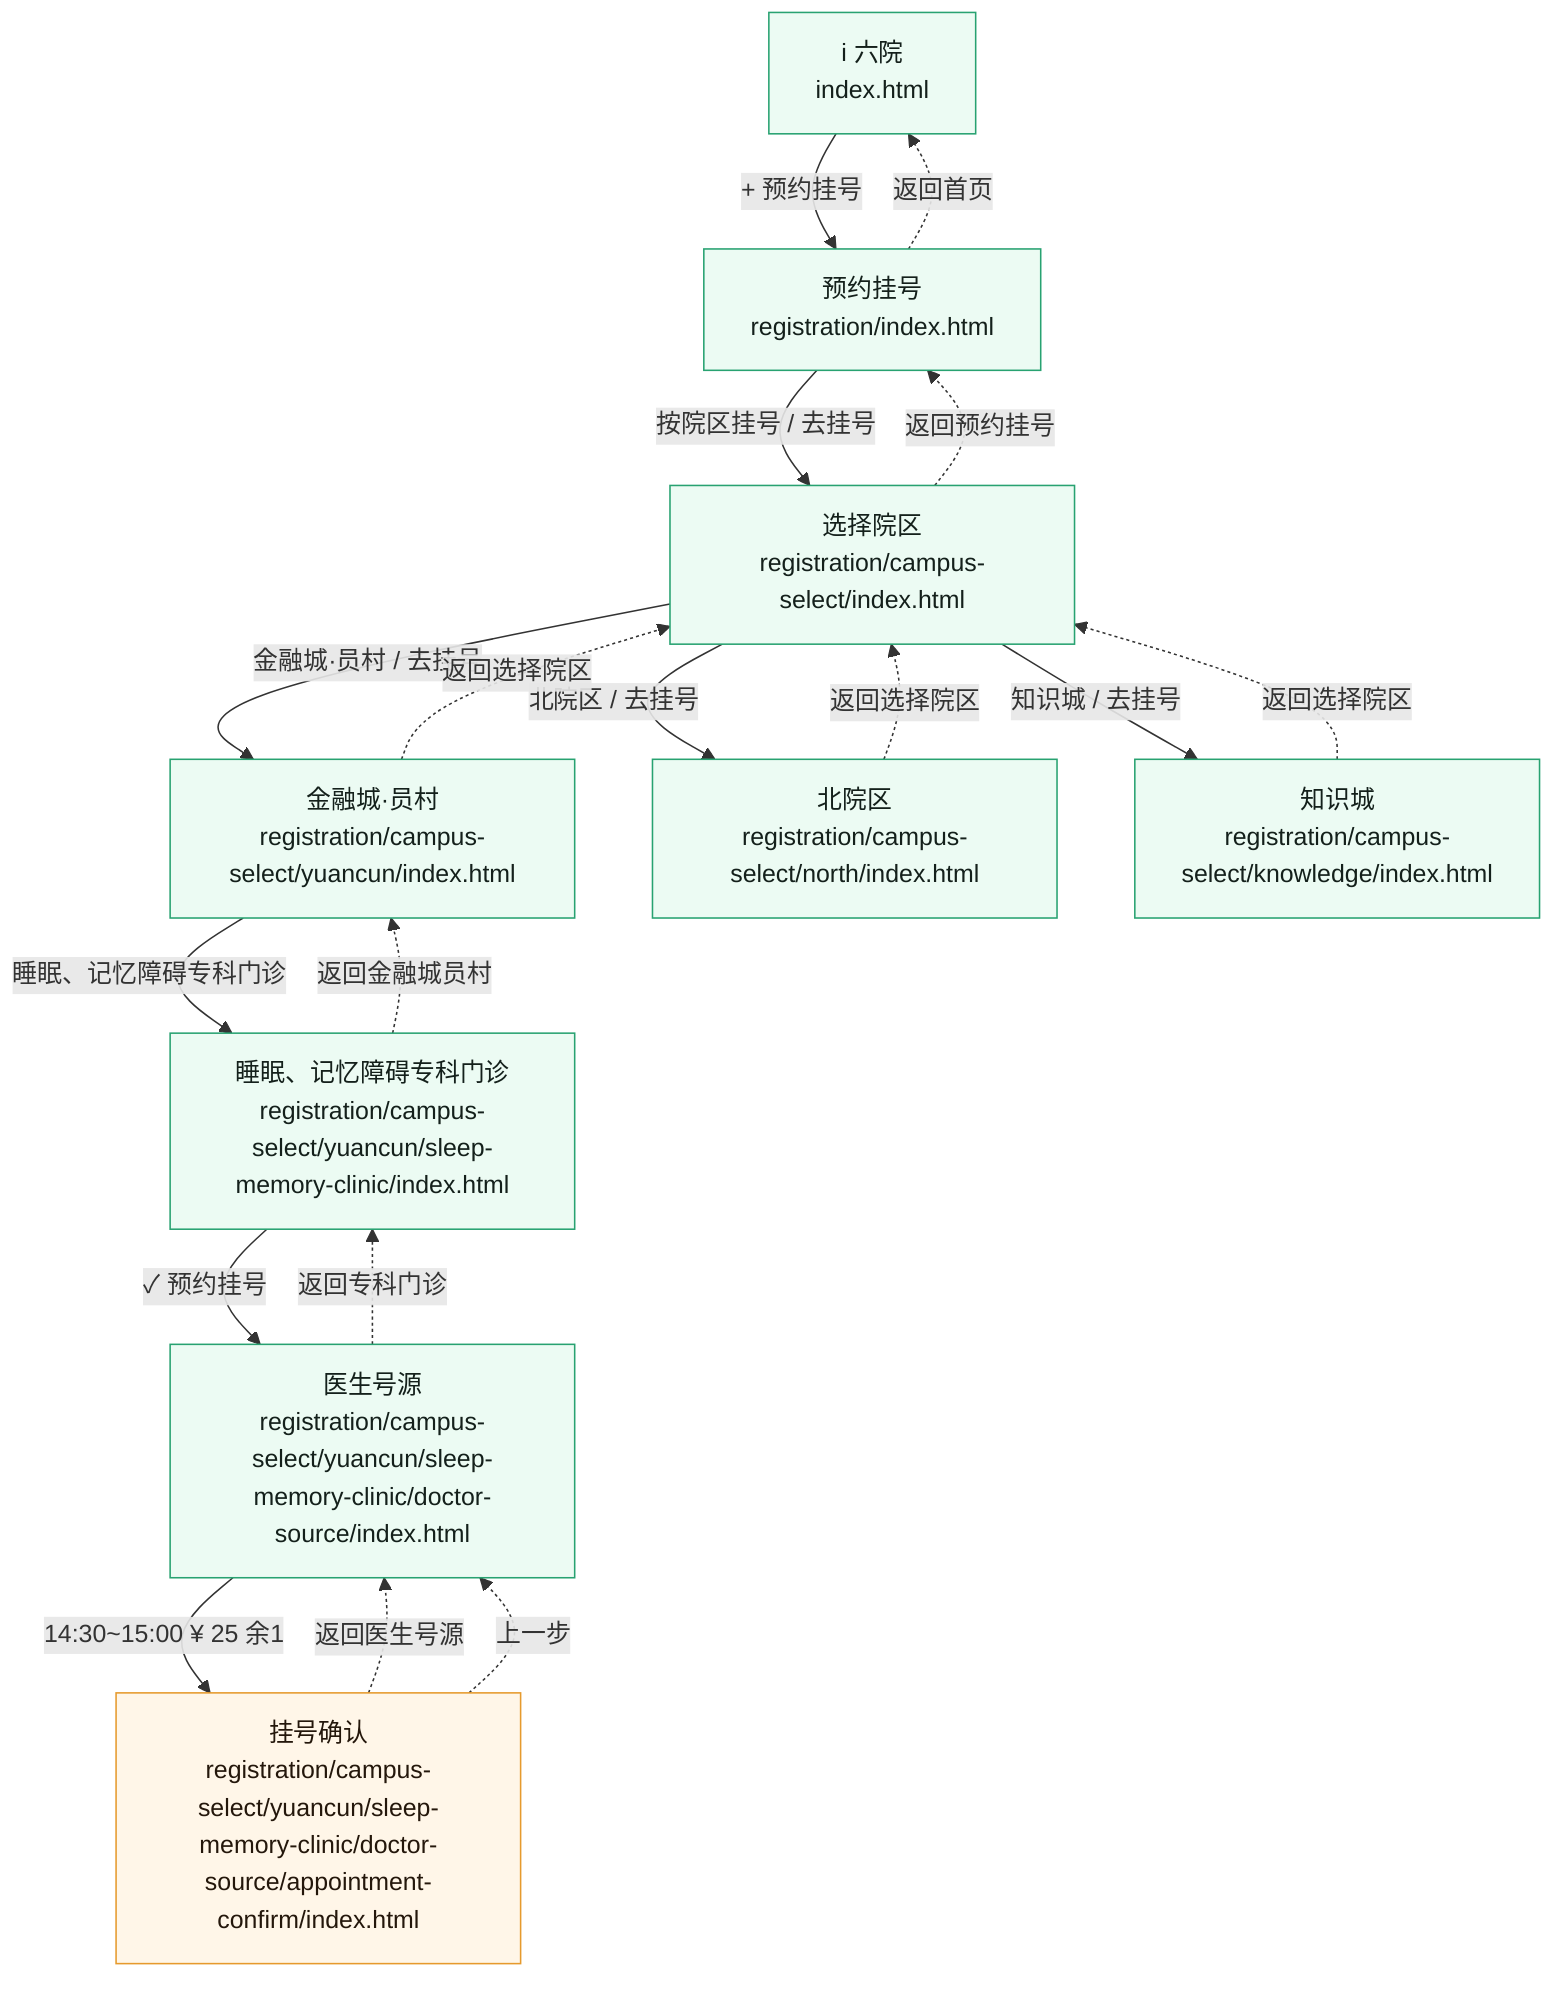
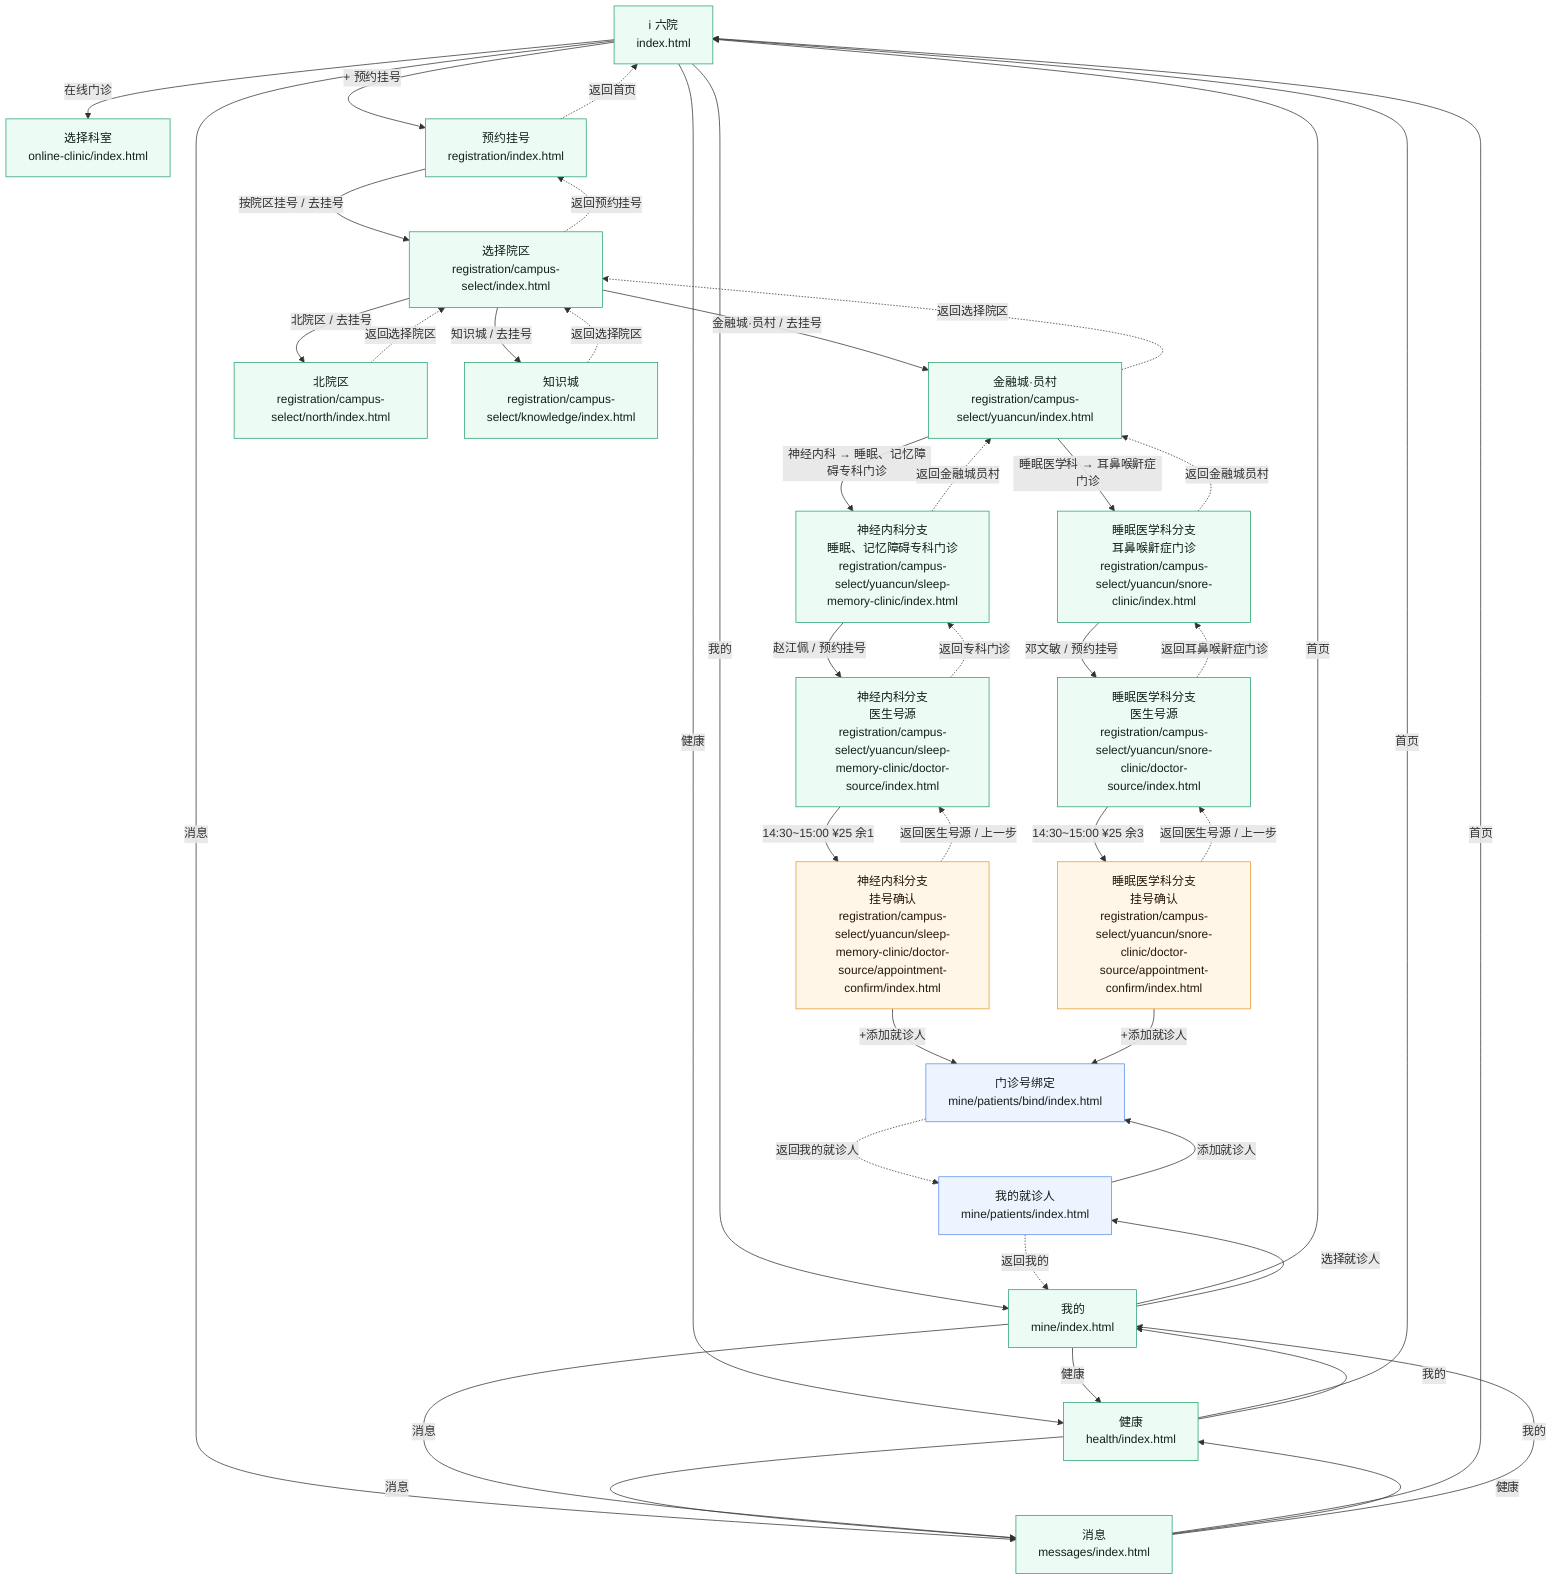
flowchart TD
  home["i 六院<br/>index.html"]
+   health["健康<br/>health/index.html"]
+   messages["消息<br/>messages/index.html"]
+   mine["我的<br/>mine/index.html"]
+   patient_list["我的就诊人<br/>mine/patients/index.html"]
+   patient_bind["门诊号绑定<br/>mine/patients/bind/index.html"]
+   online_clinic["选择科室<br/>online-clinic/index.html"]
  registration["预约挂号<br/>registration/index.html"]
  campus_select["选择院区<br/>registration/campus-select/index.html"]
  campus_yuancun["金融城·员村<br/>registration/campus-select/yuancun/index.html"]
-   sleep_memory_clinic["睡眠、记忆障碍专科门诊<br/>registration/campus-select/yuancun/sleep-memory-clinic/index.html"]
-   doctor_source["医生号源<br/>registration/campus-select/yuancun/sleep-memory-clinic/doctor-source/index.html"]
-   appointment_confirm["挂号确认<br/>registration/campus-select/yuancun/sleep-memory-clinic/doctor-source/appointment-confirm/index.html"]
+   sleep_memory_clinic["神经内科分支<br/>睡眠、记忆障碍专科门诊<br/>registration/campus-select/yuancun/sleep-memory-clinic/index.html"]
+   doctor_source["神经内科分支<br/>医生号源<br/>registration/campus-select/yuancun/sleep-memory-clinic/doctor-source/index.html"]
+   appointment_confirm["神经内科分支<br/>挂号确认<br/>registration/campus-select/yuancun/sleep-memory-clinic/doctor-source/appointment-confirm/index.html"]
+   snore_clinic["睡眠医学科分支<br/>耳鼻喉鼾症门诊<br/>registration/campus-select/yuancun/snore-clinic/index.html"]
+   snore_doctor_source["睡眠医学科分支<br/>医生号源<br/>registration/campus-select/yuancun/snore-clinic/doctor-source/index.html"]
+   snore_appointment_confirm["睡眠医学科分支<br/>挂号确认<br/>registration/campus-select/yuancun/snore-clinic/doctor-source/appointment-confirm/index.html"]
  campus_north["北院区<br/>registration/campus-select/north/index.html"]
  campus_knowledge["知识城<br/>registration/campus-select/knowledge/index.html"]
+ 
  home -->|"+ 预约挂号"| registration
+   home -->|"在线门诊"| online_clinic
+   home -->|"健康"| health
+   home -->|"消息"| messages
+   home -->|"我的"| mine
+ 
+   health -->|"首页"| home
+   health -->|"消息"| messages
+   health -->|"我的"| mine
+ 
+   messages -->|"首页"| home
+   messages -->|"健康"| health
+   messages -->|"我的"| mine
+ 
+   mine -->|"首页"| home
+   mine -->|"健康"| health
+   mine -->|"消息"| messages
+   mine -->|"选择就诊人"| patient_list
+   patient_list -.->|"返回我的"| mine
+   patient_list -->|"添加就诊人"| patient_bind
+   patient_bind -.->|"返回我的就诊人"| patient_list
+ 
  registration -.->|"返回首页"| home
  registration -->|"按院区挂号 / 去挂号"| campus_select
  campus_select -.->|"返回预约挂号"| registration
  campus_select -->|"金融城·员村 / 去挂号"| campus_yuancun
  campus_select -->|"北院区 / 去挂号"| campus_north
  campus_select -->|"知识城 / 去挂号"| campus_knowledge
  campus_yuancun -.->|"返回选择院区"| campus_select
-   campus_yuancun -->|"睡眠、记忆障碍专科门诊"| sleep_memory_clinic
+ 
+   campus_yuancun -->|"神经内科 → 睡眠、记忆障碍专科门诊"| sleep_memory_clinic
  sleep_memory_clinic -.->|"返回金融城员村"| campus_yuancun
-   sleep_memory_clinic -->|"✓ 预约挂号"| doctor_source
+   sleep_memory_clinic -->|"赵江佩 / 预约挂号"| doctor_source
  doctor_source -.->|"返回专科门诊"| sleep_memory_clinic
-   doctor_source -->|"14:30~15:00 ¥ 25 余1"| appointment_confirm
-   appointment_confirm -.->|"返回医生号源"| doctor_source
-   appointment_confirm -.->|"上一步"| doctor_source
+   doctor_source -->|"14:30~15:00 ¥25 余1"| appointment_confirm
+   appointment_confirm -.->|"返回医生号源 / 上一步"| doctor_source
+   appointment_confirm -->|"+添加就诊人"| patient_bind
+ 
+   campus_yuancun -->|"睡眠医学科 → 耳鼻喉鼾症门诊"| snore_clinic
+   snore_clinic -.->|"返回金融城员村"| campus_yuancun
+   snore_clinic -->|"邓文敏 / 预约挂号"| snore_doctor_source
+   snore_doctor_source -.->|"返回耳鼻喉鼾症门诊"| snore_clinic
+   snore_doctor_source -->|"14:30~15:00 ¥25 余3"| snore_appointment_confirm
+   snore_appointment_confirm -.->|"返回医生号源 / 上一步"| snore_doctor_source
+   snore_appointment_confirm -->|"+添加就诊人"| patient_bind
+ 
  campus_north -.->|"返回选择院区"| campus_select
  campus_knowledge -.->|"返回选择院区"| campus_select
+ 
  classDef page fill:#ecfbf3,stroke:#28a271,color:#14201b,stroke-width:1px;
  classDef confirm fill:#fff6e8,stroke:#e69a2d,color:#24170b,stroke-width:1px;
-   class home,registration,campus_select,campus_yuancun,sleep_memory_clinic,doctor_source,campus_north,campus_knowledge page;
-   class appointment_confirm confirm;
+   classDef utility fill:#eef4ff,stroke:#5b8def,color:#14201b,stroke-width:1px;
+   class home,health,messages,mine,online_clinic,registration,campus_select,campus_yuancun,sleep_memory_clinic,doctor_source,snore_clinic,snore_doctor_source,campus_north,campus_knowledge page;
+   class appointment_confirm,snore_appointment_confirm confirm;
+   class patient_list,patient_bind utility;
